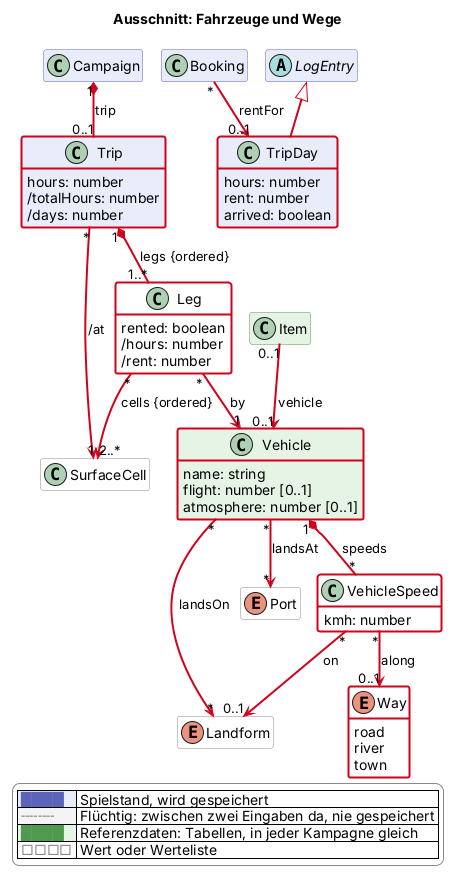
Earlier version of the PlantUML export docs/views/logistik.png (scuzzar/SRE).
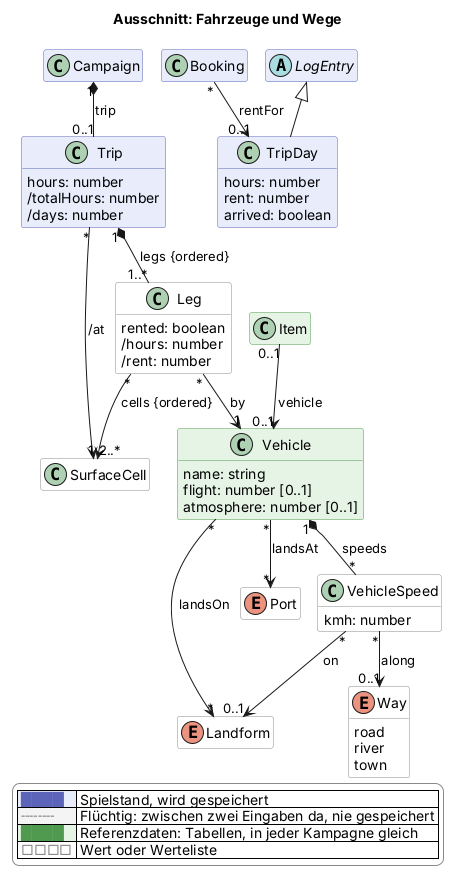
Later version of the same file.

What changed in the source:
```diff
@@ -79,30 +79,30 @@
   class SurfaceCell <<value>> $oberflaeche
   enum Landform <<value>> $oberflaeche
   enum Port <<value>> $oberflaeche
-  class Vehicle <<reference>> $logistik $newClass("2026-11-15") {
+  class Vehicle <<reference>> $logistik {
     name: string
     flight: number [0..1]
     atmosphere: number [0..1]
   }
-  class VehicleSpeed <<value>> $logistik $newClass("2026-11-15") {
+  class VehicleSpeed <<value>> $logistik {
     kmh: number
   }
-  class Trip $logistik $newClass("2026-11-15") {
+  class Trip $logistik {
     hours: number
     /totalHours: number
     /days: number
   }
-  class Leg <<value>> $logistik $newClass("2026-11-15") {
+  class Leg <<value>> $logistik {
     rented: boolean
     /hours: number
     /rent: number
   }
-  class TripDay $logistik $newClass("2026-11-15") {
+  class TripDay $logistik {
     hours: number
     rent: number
     arrived: boolean
   }
-  enum Way <<value>> $logistik $newClass("2026-11-15") {
+  enum Way <<value>> $logistik {
     road
     river
     town
@@ -112,19 +112,19 @@
 
 
 
-Item "0..1" -$newArrow("2026-11-15")-> "0..1" Vehicle : vehicle
-Vehicle "1" *-$newArrow("2026-11-15")- "*" VehicleSpeed : speeds
-VehicleSpeed "*" -$newArrow("2026-11-15")-> "0..1" Landform : on
-VehicleSpeed "*" -$newArrow("2026-11-15")-> "0..1" Way : along
-Vehicle "*" -$newArrow("2026-11-15")-> "*" Landform : landsOn
-Vehicle "*" -$newArrow("2026-11-15")-> "*" Port : landsAt
-Campaign "1" *-$newArrow("2026-11-15")- "0..1" Trip : trip
-Trip "1" *-$newArrow("2026-11-15")- "1..*" Leg : legs {ordered}
-Leg "*" -$newArrow("2026-11-15")-> "1" Vehicle : by
-Leg "*" -$newArrow("2026-11-15")-> "2..*" SurfaceCell : cells {ordered}
-Trip "*" -$newArrow("2026-11-15")-> "1" SurfaceCell : /at
-LogEntry <|-$newArrow("2026-11-15")- TripDay
-Booking "*" -$newArrow("2026-11-15")-> "0..1" TripDay : rentFor
+Item "0..1" --> "0..1" Vehicle : vehicle
+Vehicle "1" *-- "*" VehicleSpeed : speeds
+VehicleSpeed "*" --> "0..1" Landform : on
+VehicleSpeed "*" --> "0..1" Way : along
+Vehicle "*" --> "*" Landform : landsOn
+Vehicle "*" --> "*" Port : landsAt
+Campaign "1" *-- "0..1" Trip : trip
+Trip "1" *-- "1..*" Leg : legs {ordered}
+Leg "*" --> "1" Vehicle : by
+Leg "*" --> "2..*" SurfaceCell : cells {ordered}
+Trip "*" --> "1" SurfaceCell : /at
+LogEntry <|-- TripDay
+Booking "*" --> "0..1" TripDay : rentFor
 
 
 
```
